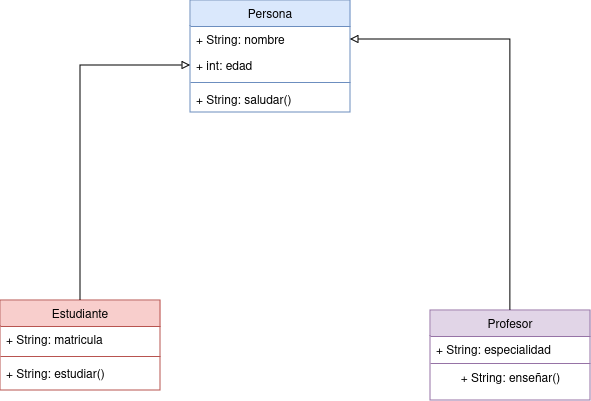
Earlier version of the draw.io export gestion-academica.drawio.png (Santyew/gestion-academica). Source tidied: cells renumbered, new cells last; positions are measured from the earlier drawing's top-left corner, leaving out a move shared by most shapes. Its diagram source:
```xml
<mxGraphModel>
  <root>
    <mxCell id="0" />
    <mxCell id="1" parent="0" />
    <mxCell id="2" value="Persona" style="swimlane;fontStyle=0;align=center;verticalAlign=top;horizontal=1;startSize=26;rounded=0;shadow=0;strokeWidth=1;labelBackgroundColor=none;fillColor=#dae8fc;strokeColor=#6c8ebf;" parent="1" vertex="1">
      <mxGeometry x="190" width="160" height="112" as="geometry" />
    </mxCell>
    <mxCell id="3" value="+ String: nombre&#10;" style="text;align=left;verticalAlign=top;spacingLeft=4;spacingRight=4;overflow=hidden;points=[[0,0.5],[1,0.5]];portConstraint=eastwest;" parent="2" vertex="1">
      <mxGeometry y="26" width="160" height="26" as="geometry" />
    </mxCell>
    <mxCell id="4" value="+ int: edad" style="text;align=left;verticalAlign=top;spacingLeft=4;spacingRight=4;overflow=hidden;points=[[0,0.5],[1,0.5]];portConstraint=eastwest;rounded=0;shadow=0;html=0;" parent="2" vertex="1">
      <mxGeometry y="52" width="160" height="26" as="geometry" />
    </mxCell>
    <mxCell id="5" style="line;html=1;strokeWidth=1;align=left;verticalAlign=middle;spacingTop=-1;spacingLeft=3;spacingRight=3;labelPosition=right;fillColor=#dae8fc;strokeColor=#6c8ebf;" parent="2" vertex="1">
      <mxGeometry y="78" width="160" height="8" as="geometry" />
    </mxCell>
    <mxCell id="6" value="+ String: saludar()" style="text;align=left;verticalAlign=top;spacingLeft=4;spacingRight=4;overflow=hidden;" parent="2" vertex="1">
      <mxGeometry y="86" width="160" height="26" as="geometry" />
    </mxCell>
    <mxCell id="7" style="edgeStyle=orthogonalEdgeStyle;rounded=0;jettySize=auto;html=1;entryX=0;entryY=0.5;entryDx=0;entryDy=0;endArrow=block;endFill=0;" parent="1" edge="1" source="8" target="4">
      <mxGeometry relative="1" as="geometry" />
    </mxCell>
    <mxCell id="8" value="Estudiante" style="swimlane;fontStyle=0;align=center;verticalAlign=top;horizontal=1;startSize=26;rounded=0;shadow=0;strokeWidth=1;fillColor=#f8cecc;strokeColor=#b85450;" parent="1" vertex="1">
      <mxGeometry y="300" width="160" height="90" as="geometry" />
    </mxCell>
    <mxCell id="9" value="+ String: matricula" style="text;align=left;verticalAlign=top;spacingLeft=4;spacingRight=4;overflow=hidden;points=[[0,0.5],[1,0.5]];portConstraint=eastwest;" parent="8" vertex="1">
      <mxGeometry y="26" width="160" height="26" as="geometry" />
    </mxCell>
    <mxCell id="10" style="line;html=1;strokeWidth=1;align=left;verticalAlign=middle;spacingTop=-1;spacingLeft=3;spacingRight=3;labelPosition=right;fillColor=#f8cecc;strokeColor=#b85450;" parent="8" vertex="1">
      <mxGeometry y="52" width="160" height="8" as="geometry" />
    </mxCell>
    <mxCell id="11" value="+ String: estudiar()" style="text;align=left;verticalAlign=top;spacingLeft=4;spacingRight=4;overflow=hidden;fontStyle=0;" parent="8" vertex="1">
      <mxGeometry y="60" width="160" height="26" as="geometry" />
    </mxCell>
    <mxCell id="12" style="edgeStyle=orthogonalEdgeStyle;rounded=0;jettySize=auto;html=1;entryX=1;entryY=0.5;entryDx=0;entryDy=0;endArrow=block;endFill=0;" parent="1" edge="1" source="13" target="3">
      <mxGeometry relative="1" as="geometry" />
    </mxCell>
    <mxCell id="13" value="Profesor" style="swimlane;fontStyle=0;align=center;verticalAlign=top;horizontal=1;startSize=26;rounded=0;shadow=0;strokeWidth=1;fillColor=#e1d5e7;strokeColor=#9673a6;" parent="1" vertex="1">
      <mxGeometry x="430" y="310" width="160" height="90" as="geometry" />
    </mxCell>
    <mxCell id="14" value="+ String: especialidad" style="text;align=left;verticalAlign=top;spacingLeft=4;spacingRight=4;overflow=hidden;" parent="13" vertex="1">
      <mxGeometry y="26" width="160" height="26" as="geometry" />
    </mxCell>
    <mxCell id="15" style="line;html=1;strokeWidth=1;align=left;verticalAlign=middle;spacingTop=-1;spacingLeft=3;spacingRight=3;labelPosition=right;fillColor=#e1d5e7;strokeColor=#9673a6;" parent="13" vertex="1">
      <mxGeometry y="52" width="160" height="2" as="geometry" />
    </mxCell>
    <mxCell id="16" value="+ String: enseñar()" style="text;html=1;align=center;verticalAlign=middle;strokeColor=none;fillColor=none;" parent="13" vertex="1">
      <mxGeometry y="54" width="160" height="30" as="geometry" />
    </mxCell>
  </root>
</mxGraphModel>
```
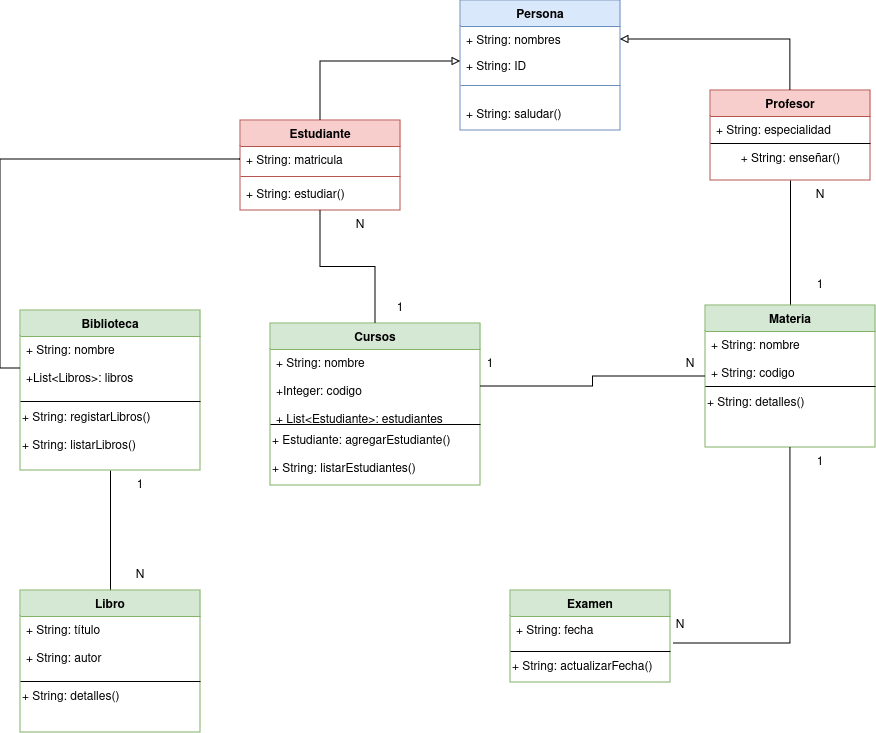
After the change.

What changed in the source:
```diff
@@ -2,26 +2,26 @@
   <root>
     <mxCell id="0" />
     <mxCell id="1" parent="0" />
-    <mxCell id="2" value="Persona" style="swimlane;fontStyle=0;align=center;verticalAlign=top;horizontal=1;startSize=26;rounded=0;shadow=0;strokeWidth=1;labelBackgroundColor=none;fillColor=#dae8fc;strokeColor=#6c8ebf;" parent="1" vertex="1">
-      <mxGeometry x="190" width="160" height="112" as="geometry" />
+    <mxCell id="2" value="Persona" style="swimlane;fontStyle=1;align=center;verticalAlign=top;horizontal=1;startSize=26;rounded=0;shadow=0;strokeWidth=1;labelBackgroundColor=none;fillColor=#dae8fc;strokeColor=#6c8ebf;" parent="1" vertex="1">
+      <mxGeometry x="190" width="160" height="130" as="geometry" />
     </mxCell>
-    <mxCell id="3" value="+ String: nombre&#10;" style="text;align=left;verticalAlign=top;spacingLeft=4;spacingRight=4;overflow=hidden;points=[[0,0.5],[1,0.5]];portConstraint=eastwest;" parent="2" vertex="1">
+    <mxCell id="3" value="+ String: nombres&#10;" style="text;align=left;verticalAlign=top;spacingLeft=4;spacingRight=4;overflow=hidden;points=[[0,0.5],[1,0.5]];portConstraint=eastwest;" parent="2" vertex="1">
       <mxGeometry y="26" width="160" height="26" as="geometry" />
     </mxCell>
-    <mxCell id="4" value="+ int: edad" style="text;align=left;verticalAlign=top;spacingLeft=4;spacingRight=4;overflow=hidden;points=[[0,0.5],[1,0.5]];portConstraint=eastwest;rounded=0;shadow=0;html=0;" parent="2" vertex="1">
-      <mxGeometry y="52" width="160" height="26" as="geometry" />
+    <mxCell id="4" value="+ String: ID&#10;&#10;&#10;&#10;" style="text;align=left;verticalAlign=top;spacingLeft=4;spacingRight=4;overflow=hidden;points=[[0,0.5],[1,0.5]];portConstraint=eastwest;rounded=0;shadow=0;html=0;" parent="2" vertex="1">
+      <mxGeometry y="52" width="160" height="18" as="geometry" />
     </mxCell>
     <mxCell id="5" style="line;html=1;strokeWidth=1;align=left;verticalAlign=middle;spacingTop=-1;spacingLeft=3;spacingRight=3;labelPosition=right;fillColor=#dae8fc;strokeColor=#6c8ebf;" parent="2" vertex="1">
-      <mxGeometry y="78" width="160" height="8" as="geometry" />
+      <mxGeometry y="70" width="160" height="30" as="geometry" />
     </mxCell>
     <mxCell id="6" value="+ String: saludar()" style="text;align=left;verticalAlign=top;spacingLeft=4;spacingRight=4;overflow=hidden;" parent="2" vertex="1">
-      <mxGeometry y="86" width="160" height="26" as="geometry" />
+      <mxGeometry y="100" width="160" height="30" as="geometry" />
     </mxCell>
     <mxCell id="7" style="edgeStyle=orthogonalEdgeStyle;rounded=0;jettySize=auto;html=1;entryX=0;entryY=0.5;entryDx=0;entryDy=0;endArrow=block;endFill=0;" parent="1" edge="1" source="8" target="4">
       <mxGeometry relative="1" as="geometry" />
     </mxCell>
-    <mxCell id="8" value="Estudiante" style="swimlane;fontStyle=0;align=center;verticalAlign=top;horizontal=1;startSize=26;rounded=0;shadow=0;strokeWidth=1;fillColor=#f8cecc;strokeColor=#b85450;" parent="1" vertex="1">
-      <mxGeometry y="300" width="160" height="90" as="geometry" />
+    <mxCell id="8" value="Estudiante" style="swimlane;fontStyle=1;align=center;verticalAlign=top;horizontal=1;startSize=26;rounded=0;shadow=0;strokeWidth=1;fillColor=#f8cecc;strokeColor=#b85450;" parent="1" vertex="1">
+      <mxGeometry x="-30" y="120" width="160" height="90" as="geometry" />
     </mxCell>
     <mxCell id="9" value="+ String: matricula" style="text;align=left;verticalAlign=top;spacingLeft=4;spacingRight=4;overflow=hidden;points=[[0,0.5],[1,0.5]];portConstraint=eastwest;" parent="8" vertex="1">
       <mxGeometry y="26" width="160" height="26" as="geometry" />
@@ -35,17 +35,125 @@
     <mxCell id="12" style="edgeStyle=orthogonalEdgeStyle;rounded=0;jettySize=auto;html=1;entryX=1;entryY=0.5;entryDx=0;entryDy=0;endArrow=block;endFill=0;" parent="1" edge="1" source="13" target="3">
       <mxGeometry relative="1" as="geometry" />
     </mxCell>
-    <mxCell id="13" value="Profesor" style="swimlane;fontStyle=0;align=center;verticalAlign=top;horizontal=1;startSize=26;rounded=0;shadow=0;strokeWidth=1;fillColor=#e1d5e7;strokeColor=#9673a6;" parent="1" vertex="1">
-      <mxGeometry x="430" y="310" width="160" height="90" as="geometry" />
+    <mxCell id="13" value="Profesor" style="swimlane;fontStyle=1;align=center;verticalAlign=top;horizontal=1;startSize=26;rounded=0;shadow=0;strokeWidth=1;fillColor=#f8cecc;strokeColor=#b85450;" parent="1" vertex="1">
+      <mxGeometry x="440" y="90" width="160" height="90" as="geometry" />
     </mxCell>
-    <mxCell id="14" value="+ String: especialidad" style="text;align=left;verticalAlign=top;spacingLeft=4;spacingRight=4;overflow=hidden;" parent="13" vertex="1">
+    <mxCell id="14" value="+ String: especialidad" style="text;align=left;verticalAlign=top;spacingLeft=4;spacingRight=4;overflow=hidden;fillColor=none;" parent="13" vertex="1">
       <mxGeometry y="26" width="160" height="26" as="geometry" />
     </mxCell>
-    <mxCell id="15" style="line;html=1;strokeWidth=1;align=left;verticalAlign=middle;spacingTop=-1;spacingLeft=3;spacingRight=3;labelPosition=right;fillColor=#e1d5e7;strokeColor=#9673a6;" parent="13" vertex="1">
+    <mxCell id="15" style="line;html=1;strokeWidth=1;align=left;verticalAlign=middle;spacingTop=-1;spacingLeft=3;spacingRight=3;labelPosition=right;fillColor=none;" parent="13" vertex="1">
       <mxGeometry y="52" width="160" height="2" as="geometry" />
     </mxCell>
-    <mxCell id="16" value="+ String: enseñar()" style="text;html=1;align=center;verticalAlign=middle;strokeColor=none;fillColor=none;" parent="13" vertex="1">
+    <mxCell id="16" value="+ String: enseñar()" style="text;html=1;align=center;verticalAlign=middle;fillColor=none;" parent="13" vertex="1">
       <mxGeometry y="54" width="160" height="30" as="geometry" />
     </mxCell>
+    <mxCell id="17" style="edgeStyle=orthogonalEdgeStyle;rounded=0;jettySize=auto;html=1;entryX=0.5;entryY=1;entryDx=0;entryDy=0;endArrow=none;endFill=0;" parent="1" edge="1" source="18" target="8">
+      <mxGeometry relative="1" as="geometry" />
+    </mxCell>
+    <mxCell id="18" value="Cursos" style="swimlane;fontStyle=1;align=center;verticalAlign=top;horizontal=1;startSize=26;rounded=0;shadow=0;strokeWidth=1;fillColor=#d5e8d4;strokeColor=#82b366;" parent="1" vertex="1">
+      <mxGeometry y="323" width="210" height="162" as="geometry" />
+    </mxCell>
+    <mxCell id="19" value="+ String: nombre&#10;&#10;+Integer: codigo&#10;&#10;+ List&lt;Estudiante&gt;: estudiantes&#10;&#10;&#10;" style="text;align=left;verticalAlign=top;spacingLeft=4;spacingRight=4;overflow=hidden;points=[[0,0.5],[1,0.5]];portConstraint=eastwest;fillColor=none;" parent="18" vertex="1">
+      <mxGeometry y="26" width="210" height="74" as="geometry" />
+    </mxCell>
+    <mxCell id="20" style="line;html=1;strokeWidth=1;align=left;verticalAlign=middle;spacingTop=-1;spacingLeft=3;spacingRight=3;labelPosition=right;fillColor=none;" parent="18" vertex="1">
+      <mxGeometry y="100" width="210" height="2" as="geometry" />
+    </mxCell>
+    <mxCell id="21" value="&lt;div align=&quot;left&quot;&gt;+ Estudiante: agregarEstudiante()&lt;/div&gt;&lt;div align=&quot;left&quot;&gt;&lt;br&gt;&lt;/div&gt;&lt;div align=&quot;left&quot;&gt;+ String: listarEstudiantes()&lt;br&gt;&lt;/div&gt;" style="text;html=1;align=left;verticalAlign=middle;fillColor=none;" parent="18" vertex="1">
+      <mxGeometry y="102" width="210" height="60" as="geometry" />
+    </mxCell>
+    <mxCell id="22" value="N" style="text;html=1;align=center;verticalAlign=middle;whiteSpace=wrap;rounded=0;" parent="1" vertex="1">
+      <mxGeometry x="520" y="180" width="60" height="30" as="geometry" />
+    </mxCell>
+    <mxCell id="23" value="1" style="text;html=1;align=center;verticalAlign=middle;whiteSpace=wrap;rounded=0;" parent="1" vertex="1">
+      <mxGeometry x="520" y="270" width="60" height="30" as="geometry" />
+    </mxCell>
+    <mxCell id="24" value="Examen" style="swimlane;fontStyle=1;align=center;verticalAlign=top;horizontal=1;startSize=26;rounded=0;shadow=0;strokeWidth=1;fillColor=#d5e8d4;strokeColor=#82b366;" parent="1" vertex="1">
+      <mxGeometry x="240" y="590" width="160" height="92" as="geometry" />
+    </mxCell>
+    <mxCell id="25" value="+ String: fecha&#10;&#10;&#10;" style="text;align=left;verticalAlign=top;spacingLeft=4;spacingRight=4;overflow=hidden;points=[[0,0.5],[1,0.5]];portConstraint=eastwest;fillColor=none;" parent="24" vertex="1">
+      <mxGeometry y="26" width="160" height="34" as="geometry" />
+    </mxCell>
+    <mxCell id="26" style="line;html=1;strokeWidth=1;align=left;verticalAlign=middle;spacingTop=-1;spacingLeft=3;spacingRight=3;labelPosition=right;fillColor=none;" parent="24" vertex="1">
+      <mxGeometry y="60" width="160" height="2" as="geometry" />
+    </mxCell>
+    <mxCell id="27" value="+ String: actualizarFecha()" style="text;html=1;align=left;verticalAlign=middle;fillColor=none;" parent="24" vertex="1">
+      <mxGeometry y="62" width="160" height="30" as="geometry" />
+    </mxCell>
+    <mxCell id="28" style="edgeStyle=orthogonalEdgeStyle;rounded=0;jettySize=auto;html=1;entryX=0.5;entryY=1;entryDx=0;entryDy=0;endArrow=none;endFill=0;" parent="1" edge="1" source="29" target="33">
+      <mxGeometry relative="1" as="geometry" />
+    </mxCell>
+    <mxCell id="29" value="Libro" style="swimlane;fontStyle=1;align=center;verticalAlign=top;horizontal=1;startSize=26;rounded=0;shadow=0;strokeWidth=1;fillColor=#d5e8d4;strokeColor=#82b366;" parent="1" vertex="1">
+      <mxGeometry x="-250" y="590" width="180" height="142" as="geometry" />
+    </mxCell>
+    <mxCell id="30" value="+ String: título&#10;&#10;+ String: autor&#10;&#10;&#10;&#10;" style="text;align=left;verticalAlign=top;spacingLeft=4;spacingRight=4;overflow=hidden;fillColor=none;" parent="29" vertex="1">
+      <mxGeometry y="26" width="180" height="64" as="geometry" />
+    </mxCell>
+    <mxCell id="31" style="line;html=1;strokeWidth=1;align=left;verticalAlign=middle;spacingTop=-1;spacingLeft=3;spacingRight=3;labelPosition=right;fillColor=none;" parent="29" vertex="1">
+      <mxGeometry y="90" width="180" height="2" as="geometry" />
+    </mxCell>
+    <mxCell id="32" value="+ String: detalles()" style="text;html=1;align=left;verticalAlign=middle;fillColor=none;" parent="29" vertex="1">
+      <mxGeometry y="92" width="180" height="30" as="geometry" />
+    </mxCell>
+    <mxCell id="33" value="Biblioteca" style="swimlane;fontStyle=1;align=center;verticalAlign=top;horizontal=1;startSize=26;rounded=0;shadow=0;strokeWidth=1;fillColor=#d5e8d4;strokeColor=#82b366;" parent="1" vertex="1">
+      <mxGeometry x="-250" y="310" width="180" height="160" as="geometry" />
+    </mxCell>
+    <mxCell id="34" value="+ String: nombre&#10;&#10;+List&lt;Libros&gt;: libros&#10;&#10;&#10;&#10;&#10;&#10;&#10;" style="text;align=left;verticalAlign=top;spacingLeft=4;spacingRight=4;overflow=hidden;points=[[0,0.5],[1,0.5]];portConstraint=eastwest;fillColor=none;" parent="33" vertex="1">
+      <mxGeometry y="26" width="180" height="64" as="geometry" />
+    </mxCell>
+    <mxCell id="35" style="line;html=1;strokeWidth=1;align=left;verticalAlign=middle;spacingTop=-1;spacingLeft=3;spacingRight=3;labelPosition=right;fillColor=none;" parent="33" vertex="1">
+      <mxGeometry y="90" width="180" height="2" as="geometry" />
+    </mxCell>
+    <mxCell id="36" value="&lt;div&gt;+ String: registarLibros()&lt;/div&gt;&lt;div&gt;&lt;br&gt;&lt;/div&gt;&lt;div&gt;+ String: listarLibros()&lt;br&gt;&lt;/div&gt;" style="text;html=1;align=left;verticalAlign=middle;fillColor=none;" parent="33" vertex="1">
+      <mxGeometry y="92" width="180" height="60" as="geometry" />
+    </mxCell>
+    <mxCell id="37" value="N" style="text;html=1;align=center;verticalAlign=middle;whiteSpace=wrap;rounded=0;" parent="1" vertex="1">
+      <mxGeometry x="-160" y="560" width="60" height="30" as="geometry" />
+    </mxCell>
+    <mxCell id="38" value="1" style="text;html=1;align=center;verticalAlign=middle;whiteSpace=wrap;rounded=0;" parent="1" vertex="1">
+      <mxGeometry x="-160" y="470" width="60" height="30" as="geometry" />
+    </mxCell>
+    <mxCell id="39" value="N" style="text;html=1;align=center;verticalAlign=middle;whiteSpace=wrap;rounded=0;" parent="1" vertex="1">
+      <mxGeometry x="60" y="210" width="60" height="30" as="geometry" />
+    </mxCell>
+    <mxCell id="40" style="edgeStyle=orthogonalEdgeStyle;rounded=0;jettySize=auto;html=1;entryX=0.5;entryY=1;entryDx=0;entryDy=0;endArrow=none;endFill=0;" parent="1" edge="1" source="41" target="13">
+      <mxGeometry relative="1" as="geometry" />
+    </mxCell>
+    <mxCell id="41" value="Materia" style="swimlane;fontStyle=1;align=center;verticalAlign=top;horizontal=1;startSize=26;rounded=0;shadow=0;strokeWidth=1;fillColor=#d5e8d4;strokeColor=#82b366;" parent="1" vertex="1">
+      <mxGeometry x="435" y="305" width="170" height="142" as="geometry" />
+    </mxCell>
+    <mxCell id="42" value="+ String: nombre&#10;&#10;+ String: codigo&#10;" style="text;align=left;verticalAlign=top;spacingLeft=4;spacingRight=4;overflow=hidden;fillColor=none;" parent="41" vertex="1">
+      <mxGeometry y="26" width="170" height="54" as="geometry" />
+    </mxCell>
+    <mxCell id="43" style="line;html=1;strokeWidth=1;align=left;verticalAlign=middle;spacingTop=-1;spacingLeft=3;spacingRight=3;labelPosition=right;fillColor=none;" parent="41" vertex="1">
+      <mxGeometry y="80" width="170" height="2" as="geometry" />
+    </mxCell>
+    <mxCell id="44" value="&lt;div align=&quot;left&quot;&gt;+ String: detalles()&lt;br&gt;&lt;/div&gt;&lt;div align=&quot;left&quot;&gt;&lt;br&gt;&lt;/div&gt;&lt;div align=&quot;left&quot;&gt;&lt;br&gt;&lt;/div&gt;" style="text;html=1;align=left;verticalAlign=middle;points=[];fillColor=none;" parent="41" vertex="1">
+      <mxGeometry y="82" width="170" height="60" as="geometry" />
+    </mxCell>
+    <mxCell id="45" style="edgeStyle=orthogonalEdgeStyle;rounded=0;jettySize=auto;html=1;entryX=0;entryY=0.5;entryDx=0;entryDy=0;endArrow=none;endFill=0;" parent="1" edge="1" source="9" target="34">
+      <mxGeometry relative="1" as="geometry" />
+    </mxCell>
+    <mxCell id="46" style="edgeStyle=orthogonalEdgeStyle;rounded=0;jettySize=auto;html=1;entryX=0;entryY=0.5;entryDx=0;entryDy=0;endArrow=none;endFill=0;" parent="1" edge="1" source="19" target="41">
+      <mxGeometry relative="1" as="geometry" />
+    </mxCell>
+    <mxCell id="47" value="1" style="text;html=1;align=center;verticalAlign=middle;whiteSpace=wrap;rounded=0;" parent="1" vertex="1">
+      <mxGeometry x="100" y="293" width="60" height="30" as="geometry" />
+    </mxCell>
+    <mxCell id="48" value="N" style="text;html=1;align=center;verticalAlign=middle;whiteSpace=wrap;rounded=0;" parent="1" vertex="1">
+      <mxGeometry x="390" y="349" width="60" height="30" as="geometry" />
+    </mxCell>
+    <mxCell id="49" value="1" style="text;html=1;align=center;verticalAlign=middle;whiteSpace=wrap;rounded=0;" parent="1" vertex="1">
+      <mxGeometry x="190" y="349" width="60" height="30" as="geometry" />
+    </mxCell>
+    <mxCell id="50" value="1" style="text;html=1;align=center;verticalAlign=middle;whiteSpace=wrap;rounded=0;" parent="1" vertex="1">
+      <mxGeometry x="520" y="447" width="60" height="30" as="geometry" />
+    </mxCell>
+    <mxCell id="51" value="N" style="text;html=1;align=center;verticalAlign=middle;whiteSpace=wrap;rounded=0;" parent="1" vertex="1">
+      <mxGeometry x="380" y="610" width="60" height="30" as="geometry" />
+    </mxCell>
+    <mxCell id="52" style="edgeStyle=orthogonalEdgeStyle;rounded=0;jettySize=auto;html=1;entryX=1.019;entryY=0.794;entryDx=0;entryDy=0;entryPerimeter=0;endArrow=none;endFill=0;" parent="1" edge="1" source="44" target="25">
+      <mxGeometry relative="1" as="geometry" />
+    </mxCell>
   </root>
 </mxGraphModel>
```
